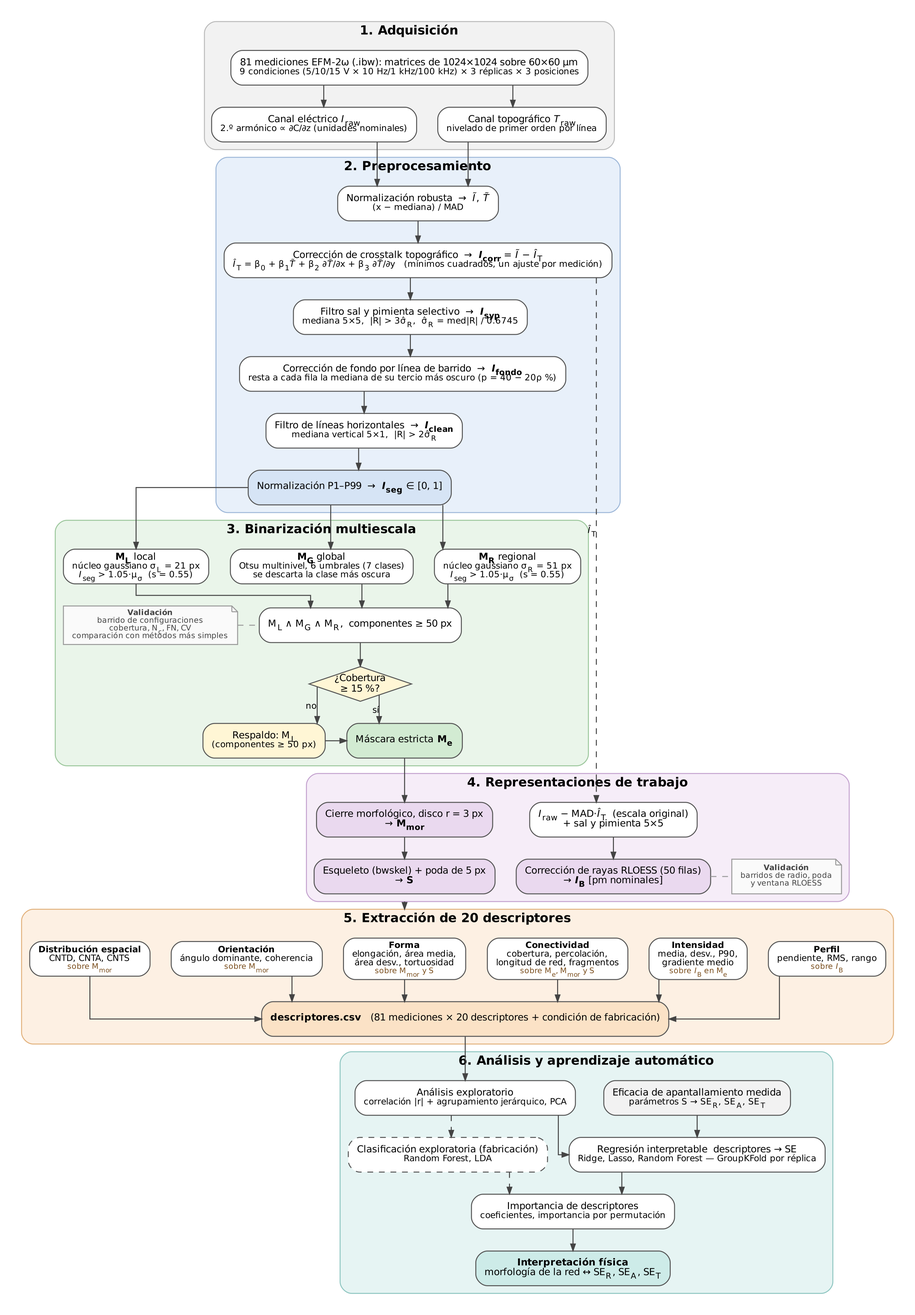
This is documento/figuras/diagrama_flujo.png from Sergio-Colmenares/Tesis, a Graphviz export, as it was before one commit. Its source is kept beside it as documento/figuras/diagrama_flujo.dot.
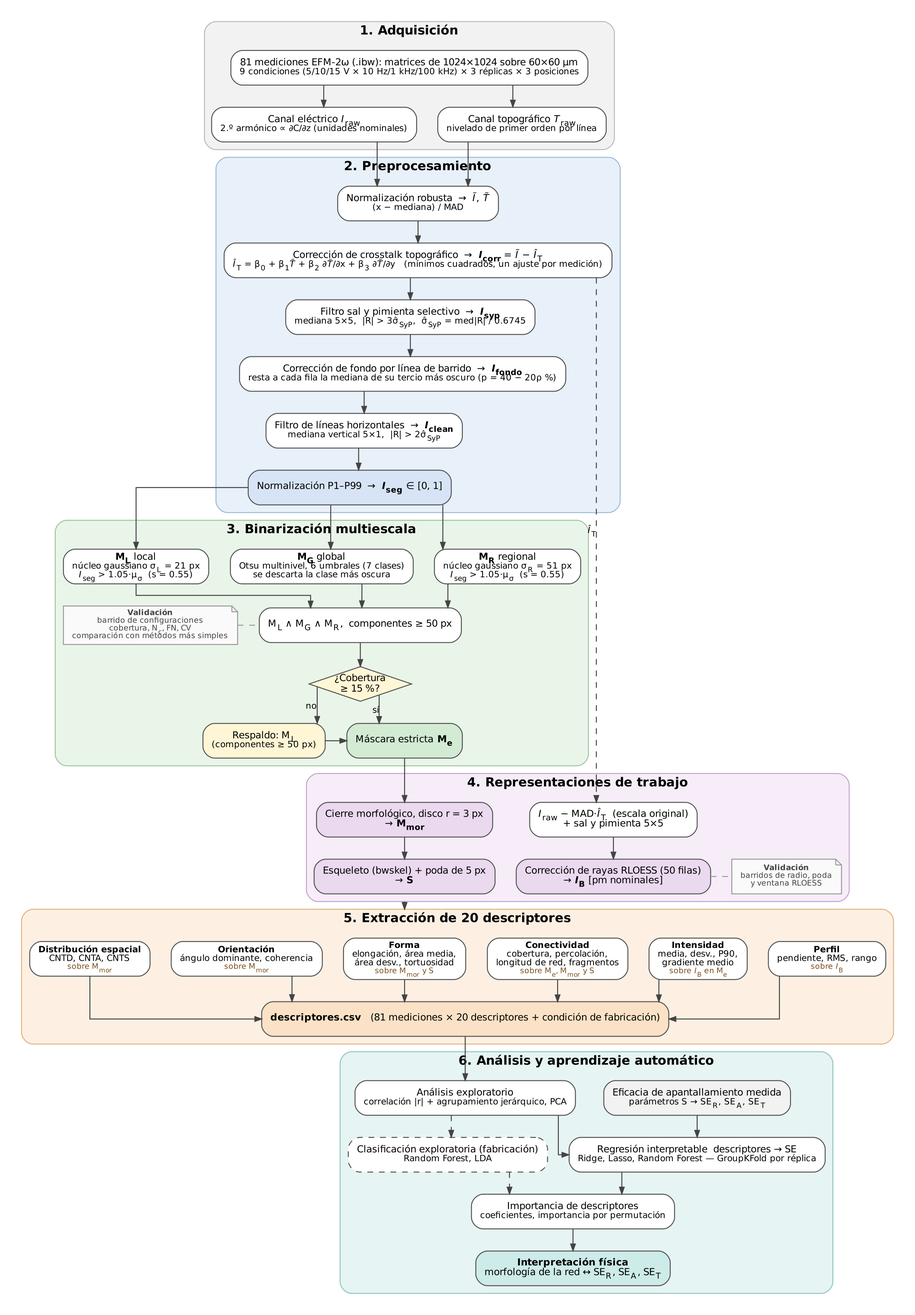
After the change.

Change to the diagram source:
```diff
@@ -18,9 +18,9 @@
         label=<<B>2. Preprocesamiento</B>>; style="rounded,filled"; fillcolor="#E8F0FA"; color="#9DB7D8";
         norm  [label=<Normalización robusta  →  <I>Ĩ</I>, <I>T̃</I><BR/><FONT POINT-SIZE="9">(x − mediana) / MAD</FONT>>];
         cross [label=<Corrección de crosstalk topográfico  →  <B><I>I</I><SUB>corr</SUB></B> = <I>Ĩ</I> − <I>Î</I><SUB>T</SUB><BR/><FONT POINT-SIZE="9"><I>Î</I><SUB>T</SUB> = β<SUB>0</SUB> + β<SUB>1</SUB><I>T̃</I> + β<SUB>2</SUB> ∂<I>T̃</I>/∂x + β<SUB>3</SUB> ∂<I>T̃</I>/∂y   (mínimos cuadrados, un ajuste por medición)</FONT>>];
-        syp1  [label=<Filtro sal y pimienta selectivo  →  <B><I>I</I><SUB>syp</SUB></B><BR/><FONT POINT-SIZE="9">mediana 5×5,  |R| &gt; 3σ̂<SUB>R</SUB>,  σ̂<SUB>R</SUB> = med|R| / 0.6745</FONT>>];
+        syp1  [label=<Filtro sal y pimienta selectivo  →  <B><I>I</I><SUB>syp</SUB></B><BR/><FONT POINT-SIZE="9">mediana 5×5,  |R| &gt; 3σ̂<SUB>SyP</SUB>,  σ̂<SUB>SyP</SUB> = med|R| / 0.6745</FONT>>];
         fondo [label=<Corrección de fondo por línea de barrido  →  <B><I>I</I><SUB>fondo</SUB></B><BR/><FONT POINT-SIZE="9">resta a cada fila la mediana de su tercio más oscuro (p = 40 − 20ρ %)</FONT>>];
-        syp2  [label=<Filtro de líneas horizontales  →  <B><I>I</I><SUB>clean</SUB></B><BR/><FONT POINT-SIZE="9">mediana vertical 5×1,  |R| &gt; 2σ̂<SUB>R</SUB></FONT>>];
+        syp2  [label=<Filtro de líneas horizontales  →  <B><I>I</I><SUB>clean</SUB></B><BR/><FONT POINT-SIZE="9">mediana vertical 5×1,  |R| &gt; 2σ̂<SUB>SyP</SUB></FONT>>];
         iseg  [label=<Normalización P1–P99  →  <B><I>I</I><SUB>seg</SUB></B> ∈ [0, 1]>, fillcolor="#D6E4F5"];
         norm -> cross -> syp1 -> fondo -> syp2 -> iseg;
     }
```
